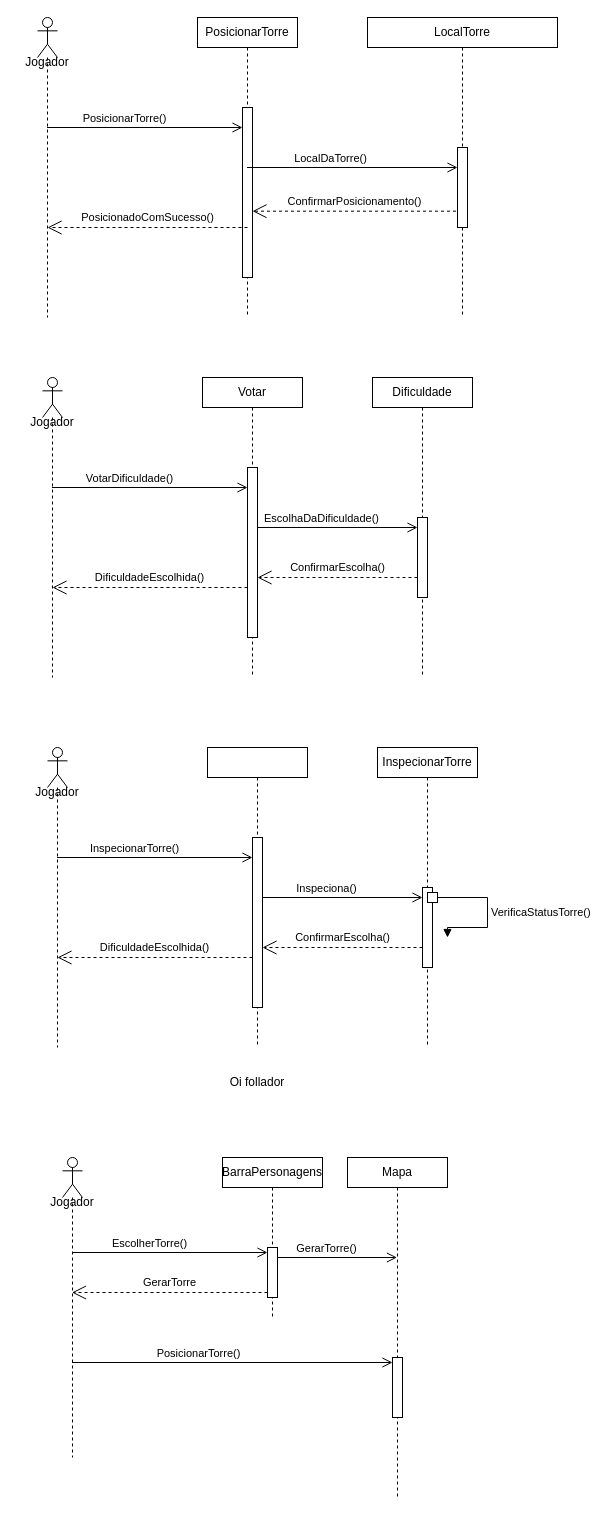
Earlier version of the draw.io diagram DiagramaDeSequênciaPlacementTower.drawio (DEV-0ne-Jao/Projeto-Integrador). Source tidied: cells renumbered, new cells numbered last; positions are measured from the earlier drawing's top-left corner, leaving out a move shared by most shapes. Both pictures are drawn from the tidied source at 100%, with x=0, y=0 at pixel (17, 17).
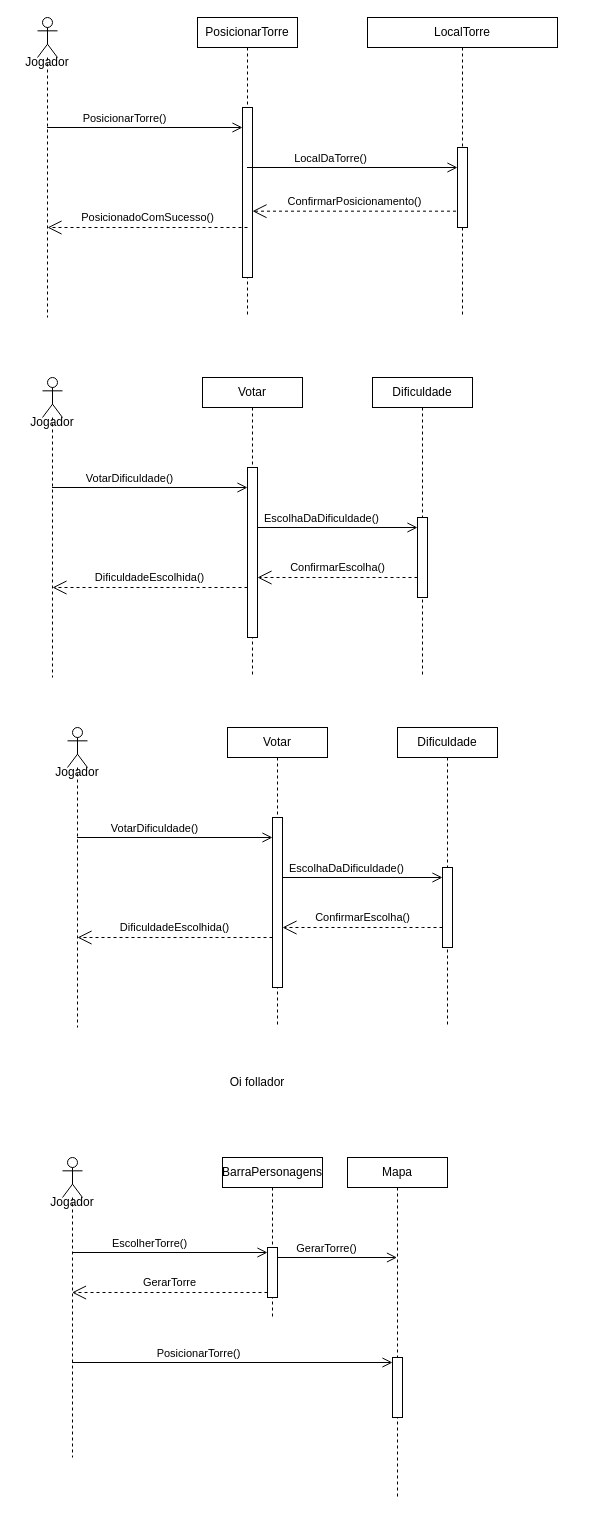
The same diagram, later.

What changed in the source:
```diff
@@
-    <mxCell id="26" style="shape=umlLifeline;perimeter=lifelinePerimeter;whiteSpace=wrap;html=1;newEdgeStyle={&quot;curved&quot;:0,&quot;rounded&quot;:0};participant=umlActor;size=40;" parent="1" vertex="1">
-      <mxGeometry x="30" y="730" width="20" height="300" as="geometry" />
-    </mxCell>
-    <mxCell id="27" style="shape=umlLifeline;perimeter=lifelinePerimeter;whiteSpace=wrap;html=1;newEdgeStyle={&quot;curved&quot;:0,&quot;rounded&quot;:0};size=30;" parent="1" vertex="1">
-      <mxGeometry x="190" y="730" width="100" height="300" as="geometry" />
-    </mxCell>
-    <mxCell id="28" style="html=1;points=[[0,0,0,0,5],[0,1,0,0,-5],[1,0,0,0,5],[1,1,0,0,-5]];perimeter=orthogonalPerimeter;outlineConnect=0;targetShapes=umlLifeline;portConstraint=eastwest;newEdgeStyle={&quot;curved&quot;:0,&quot;rounded&quot;:0};" parent="27" vertex="1">
-      <mxGeometry x="45" y="90" width="10" height="170" as="geometry" />
-    </mxCell>
-    <mxCell id="29" value="InspecionarTorre" style="shape=umlLifeline;perimeter=lifelinePerimeter;whiteSpace=wrap;html=1;newEdgeStyle={&quot;curved&quot;:0,&quot;rounded&quot;:0};size=30;" parent="1" vertex="1">
-      <mxGeometry x="360" y="730" width="100" height="300" as="geometry" />
-    </mxCell>
-    <mxCell id="30" style="html=1;points=[[0,0,0,0,5],[0,1,0,0,-5],[1,0,0,0,5],[1,1,0,0,-5]];perimeter=orthogonalPerimeter;outlineConnect=0;targetShapes=umlLifeline;portConstraint=eastwest;newEdgeStyle={&quot;curved&quot;:0,&quot;rounded&quot;:0};" parent="29" vertex="1">
-      <mxGeometry x="45" y="140" width="10" height="80" as="geometry" />
-    </mxCell>
-    <mxCell id="31" style="endArrow=open;startArrow=none;endFill=0;startFill=0;endSize=8;html=1;verticalAlign=bottom;labelBackgroundColor=none;strokeWidth=1;rounded=0;" parent="1" edge="1">
-      <mxGeometry relative="1" as="geometry">
-        <mxPoint x="39.5" y="840" as="sourcePoint" />
-        <mxPoint x="235" y="840" as="targetPoint" />
-      </mxGeometry>
-    </mxCell>
-    <mxCell id="32" value="InspecionarTorre()" style="edgeLabel;html=1;align=center;verticalAlign=middle;" parent="31" vertex="1">
-      <mxGeometry x="-0.22" relative="1" as="geometry">
-        <mxPoint x="1" y="-10" as="offset" />
-      </mxGeometry>
-    </mxCell>
-    <mxCell id="33" value="Jogador" style="text;html=1;whiteSpace=wrap;strokeColor=none;fillColor=none;align=center;verticalAlign=middle;rounded=0;" parent="1" vertex="1">
-      <mxGeometry x="10" y="760" width="60" height="30" as="geometry" />
-    </mxCell>
-    <mxCell id="34" value="DificuldadeEscolhida()" style="endArrow=open;endSize=12;dashed=1;html=1;rounded=0;" parent="1" edge="1">
-      <mxGeometry y="-10" relative="1" as="geometry">
-        <mxPoint x="235" y="940" as="sourcePoint" />
-        <mxPoint x="40" y="940" as="targetPoint" />
-      </mxGeometry>
-    </mxCell>
-    <mxCell id="35" style="endArrow=open;startArrow=none;endFill=0;startFill=0;endSize=8;html=1;verticalAlign=bottom;labelBackgroundColor=none;strokeWidth=1;rounded=0;exitX=1;exitY=0.294;exitDx=0;exitDy=0;exitPerimeter=0;" parent="1" edge="1" target="30">
-      <mxGeometry relative="1" as="geometry">
-        <mxPoint x="245" y="880" as="sourcePoint" />
-      </mxGeometry>
-    </mxCell>
-    <mxCell id="36" value="Inspeciona()" style="edgeLabel;html=1;align=center;verticalAlign=middle;" parent="35" vertex="1">
-      <mxGeometry x="-0.22" relative="1" as="geometry">
-        <mxPoint x="1" y="-10" as="offset" />
-      </mxGeometry>
-    </mxCell>
-    <mxCell id="37" value="ConfirmarEscolha()" style="endArrow=open;endSize=12;dashed=1;html=1;rounded=0;" parent="1" edge="1" source="30" target="28">
-      <mxGeometry y="-10" relative="1" as="geometry">
-        <Array as="points">
-          <mxPoint x="385" y="930" />
-        </Array>
-      </mxGeometry>
-    </mxCell>
-    <mxCell id="38" value="VerificaStatusTorre()" style="html=1;align=left;spacingLeft=2;endArrow=block;rounded=0;edgeStyle=orthogonalEdgeStyle;curved=0;rounded=0;" parent="1" edge="1" source="40">
-      <mxGeometry relative="1" as="geometry">
-        <mxPoint x="430" y="920" as="targetPoint" />
-        <Array as="points">
-          <mxPoint x="470" y="880" />
-          <mxPoint x="470" y="910" />
-          <mxPoint x="430" y="910" />
-        </Array>
-      </mxGeometry>
-    </mxCell>
@@
-    <mxCell id="40" style="html=1;points=[[0,0,0,0,5],[0,1,0,0,-5],[1,0,0,0,5],[1,1,0,0,-5]];perimeter=orthogonalPerimeter;outlineConnect=0;targetShapes=umlLifeline;portConstraint=eastwest;newEdgeStyle={&quot;curved&quot;:0,&quot;rounded&quot;:0};" parent="1" vertex="1">
-      <mxGeometry x="410" y="875" width="10" height="10" as="geometry" />
-    </mxCell>
@@
+    <mxCell id="54" style="shape=umlLifeline;perimeter=lifelinePerimeter;whiteSpace=wrap;html=1;newEdgeStyle={&quot;curved&quot;:0,&quot;rounded&quot;:0};participant=umlActor;size=40;" parent="1" vertex="1">
+      <mxGeometry x="50" y="710" width="20" height="300" as="geometry" />
+    </mxCell>
+    <mxCell id="55" value="Votar" style="shape=umlLifeline;perimeter=lifelinePerimeter;whiteSpace=wrap;html=1;newEdgeStyle={&quot;curved&quot;:0,&quot;rounded&quot;:0};size=30;" parent="1" vertex="1">
+      <mxGeometry x="210" y="710" width="100" height="300" as="geometry" />
+    </mxCell>
+    <mxCell id="28" style="html=1;points=[[0,0,0,0,5],[0,1,0,0,-5],[1,0,0,0,5],[1,1,0,0,-5]];perimeter=orthogonalPerimeter;outlineConnect=0;targetShapes=umlLifeline;portConstraint=eastwest;newEdgeStyle={&quot;curved&quot;:0,&quot;rounded&quot;:0};" parent="55" vertex="1">
+      <mxGeometry x="45" y="90" width="10" height="170" as="geometry" />
+    </mxCell>
+    <mxCell id="56" value="Dificuldade" style="shape=umlLifeline;perimeter=lifelinePerimeter;whiteSpace=wrap;html=1;newEdgeStyle={&quot;curved&quot;:0,&quot;rounded&quot;:0};size=30;" parent="1" vertex="1">
+      <mxGeometry x="380" y="710" width="100" height="300" as="geometry" />
+    </mxCell>
+    <mxCell id="30" style="html=1;points=[[0,0,0,0,5],[0,1,0,0,-5],[1,0,0,0,5],[1,1,0,0,-5]];perimeter=orthogonalPerimeter;outlineConnect=0;targetShapes=umlLifeline;portConstraint=eastwest;newEdgeStyle={&quot;curved&quot;:0,&quot;rounded&quot;:0};" parent="56" vertex="1">
+      <mxGeometry x="45" y="140" width="10" height="80" as="geometry" />
+    </mxCell>
+    <mxCell id="57" style="endArrow=open;startArrow=none;endFill=0;startFill=0;endSize=8;html=1;verticalAlign=bottom;labelBackgroundColor=none;strokeWidth=1;rounded=0;" parent="1" edge="1">
+      <mxGeometry relative="1" as="geometry">
+        <mxPoint x="59.5" y="820" as="sourcePoint" />
+        <mxPoint x="255" y="820" as="targetPoint" />
+      </mxGeometry>
+    </mxCell>
+    <mxCell id="58" value="VotarDificuldade()" style="edgeLabel;html=1;align=center;verticalAlign=middle;" parent="57" vertex="1">
+      <mxGeometry x="-0.22" relative="1" as="geometry">
+        <mxPoint x="1" y="-10" as="offset" />
+      </mxGeometry>
+    </mxCell>
+    <mxCell id="33" value="Jogador" style="text;html=1;whiteSpace=wrap;strokeColor=none;fillColor=none;align=center;verticalAlign=middle;rounded=0;" parent="1" vertex="1">
+      <mxGeometry x="30" y="740" width="60" height="30" as="geometry" />
+    </mxCell>
+    <mxCell id="34" value="DificuldadeEscolhida()" style="endArrow=open;endSize=12;dashed=1;html=1;rounded=0;" parent="1" edge="1">
+      <mxGeometry y="-10" relative="1" as="geometry">
+        <mxPoint x="255" y="920" as="sourcePoint" />
+        <mxPoint x="60" y="920" as="targetPoint" />
+      </mxGeometry>
+    </mxCell>
+    <mxCell id="59" style="endArrow=open;startArrow=none;endFill=0;startFill=0;endSize=8;html=1;verticalAlign=bottom;labelBackgroundColor=none;strokeWidth=1;rounded=0;exitX=1;exitY=0.294;exitDx=0;exitDy=0;exitPerimeter=0;" parent="1" edge="1" target="30">
+      <mxGeometry relative="1" as="geometry">
+        <mxPoint x="265" y="860" as="sourcePoint" />
+      </mxGeometry>
+    </mxCell>
+    <mxCell id="60" value="EscolhaDaDificuldade()" style="edgeLabel;html=1;align=center;verticalAlign=middle;" parent="59" vertex="1">
+      <mxGeometry x="-0.22" relative="1" as="geometry">
+        <mxPoint x="1" y="-10" as="offset" />
+      </mxGeometry>
+    </mxCell>
+    <mxCell id="37" value="ConfirmarEscolha()" style="endArrow=open;endSize=12;dashed=1;html=1;rounded=0;" parent="1" edge="1" source="30" target="28">
+      <mxGeometry y="-10" relative="1" as="geometry">
+        <Array as="points">
+          <mxPoint x="405" y="910" />
+        </Array>
+      </mxGeometry>
+    </mxCell>
```
